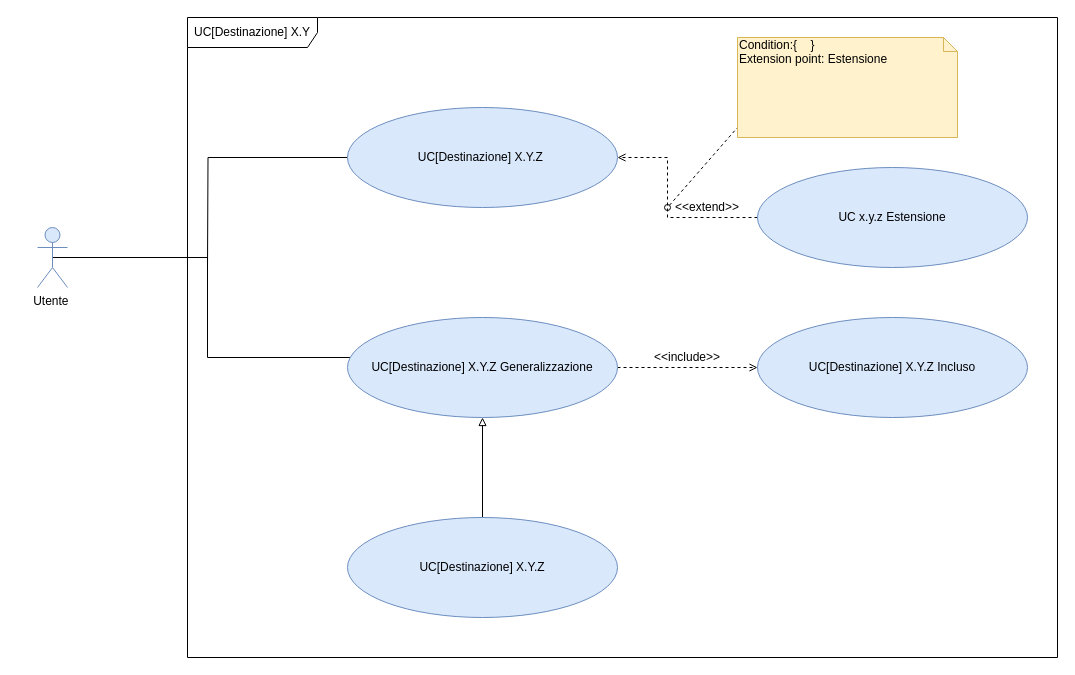
qb-team/Stalker-Documentazione keeps this draw.io diagram as DocumentazioneEsterna/GuidaLatexUC/TemplateSchemaUseCase.drawio. Above is the earlier version. Source tidied: cells renumbered, new cells numbered last; positions are measured from the earlier drawing's top-left corner, leaving out a move shared by most shapes. Both pictures are drawn from the tidied source at 100%, with x=0, y=0 at pixel (37, 17).
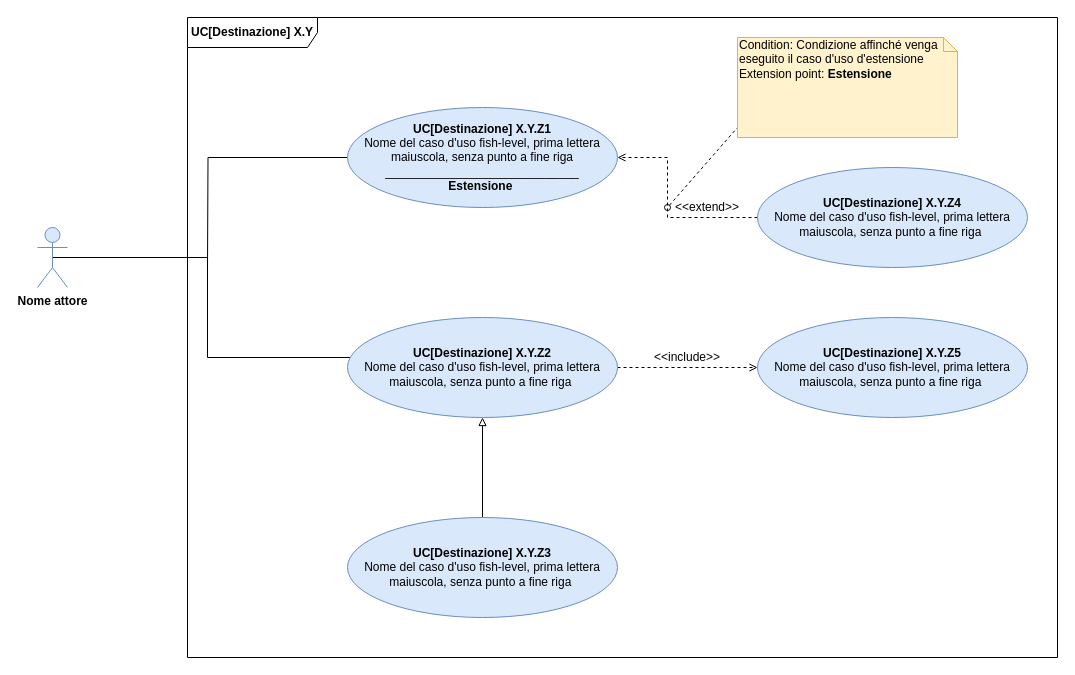
After the change.

Commit message (it also covers changes not shown here):
aggiornato template UC, testo e diagramma

What changed in the source:
```diff
@@
-    <mxCell id="2" value="UC[Destinazione] X.Y" style="shape=umlFrame;whiteSpace=wrap;html=1;width=130;height=30;" parent="1" vertex="1">
+    <mxCell id="2" value="&lt;b&gt;UC[Destinazione] X.Y&lt;/b&gt;" style="shape=umlFrame;whiteSpace=wrap;html=1;width=130;height=30;" parent="1" vertex="1">
       <mxGeometry x="150" width="870" height="640" as="geometry" />
     </mxCell>
@@
-    <mxCell id="4" value="Utente&amp;nbsp;" style="shape=umlActor;verticalLabelPosition=bottom;labelBackgroundColor=#ffffff;verticalAlign=top;html=1;fillColor=#dae8fc;strokeColor=#6c8ebf;" parent="1" vertex="1">
+    <mxCell id="4" value="&lt;b&gt;Nome attore&lt;/b&gt;" style="shape=umlActor;verticalLabelPosition=bottom;labelBackgroundColor=#ffffff;verticalAlign=top;html=1;fillColor=#dae8fc;strokeColor=#6c8ebf;" parent="1" vertex="1">
       <mxGeometry y="210" width="30" height="60" as="geometry" />
     </mxCell>
@@
-    <mxCell id="6" value="UC[Destinazione] X.Y.Z&amp;nbsp;" style="ellipse;whiteSpace=wrap;html=1;fillColor=#dae8fc;strokeColor=#6c8ebf;" parent="1" vertex="1">
+    <mxCell id="6" value="&lt;b&gt;UC[Destinazione] X.Y.Z1&lt;/b&gt;&lt;br&gt;&lt;span style=&quot;text-align: left ; white-space: nowrap&quot;&gt;Nome&amp;nbsp;del&amp;nbsp;caso&amp;nbsp;d'uso&amp;nbsp;fish-level,&amp;nbsp;prima&amp;nbsp;lettera&lt;br&gt;maiuscola,&amp;nbsp;senza&amp;nbsp;punto&amp;nbsp;a&amp;nbsp;fine&amp;nbsp;riga&lt;br&gt;&lt;/span&gt;_____________________________&lt;br&gt;&lt;b&gt;Estensione&lt;/b&gt;&amp;nbsp;" style="ellipse;whiteSpace=wrap;html=1;fillColor=#dae8fc;strokeColor=#6c8ebf;" parent="1" vertex="1">
       <mxGeometry x="310" y="90" width="270" height="100" as="geometry" />
     </mxCell>
@@
-    <mxCell id="8" value="UC[Destinazione] X.Y.Z Generalizzazione" style="ellipse;whiteSpace=wrap;html=1;fillColor=#dae8fc;strokeColor=#6c8ebf;" parent="1" vertex="1">
+    <mxCell id="8" value="&lt;b&gt;UC[Destinazione] X.Y.Z2&lt;/b&gt;&lt;br&gt;&lt;span style=&quot;text-align: left ; white-space: nowrap&quot;&gt;Nome&amp;nbsp;del&amp;nbsp;caso&amp;nbsp;d'uso&amp;nbsp;fish-level,&amp;nbsp;prima&amp;nbsp;lettera&lt;br&gt;maiuscola,&amp;nbsp;senza&amp;nbsp;punto&amp;nbsp;a&amp;nbsp;fine&amp;nbsp;riga&lt;/span&gt;&amp;nbsp;" style="ellipse;whiteSpace=wrap;html=1;fillColor=#dae8fc;strokeColor=#6c8ebf;" parent="1" vertex="1">
       <mxGeometry x="310" y="300" width="270" height="100" as="geometry" />
     </mxCell>
@@
-    <mxCell id="10" value="UC x.y.z Estensione" style="ellipse;whiteSpace=wrap;html=1;fillColor=#dae8fc;strokeColor=#6c8ebf;" parent="1" vertex="1">
+    <mxCell id="10" value="&lt;b&gt;UC[Destinazione] X.Y.Z4&lt;/b&gt;&lt;br&gt;&lt;span style=&quot;text-align: left ; white-space: nowrap&quot;&gt;Nome&amp;nbsp;del&amp;nbsp;caso&amp;nbsp;d'uso&amp;nbsp;fish-level,&amp;nbsp;prima&amp;nbsp;lettera&lt;br&gt;maiuscola,&amp;nbsp;senza&amp;nbsp;punto&amp;nbsp;a&amp;nbsp;fine&amp;nbsp;riga&lt;/span&gt;&amp;nbsp;" style="ellipse;whiteSpace=wrap;html=1;fillColor=#dae8fc;strokeColor=#6c8ebf;" parent="1" vertex="1">
       <mxGeometry x="720" y="150" width="270" height="100" as="geometry" />
     </mxCell>
@@
-    <mxCell id="12" value="UC[Destinazione] X.Y.Z Incluso" style="ellipse;whiteSpace=wrap;html=1;fillColor=#dae8fc;strokeColor=#6c8ebf;" parent="1" vertex="1">
+    <mxCell id="12" value="&lt;b&gt;UC[Destinazione] X.Y.Z5&lt;/b&gt;&lt;br&gt;&lt;span style=&quot;text-align: left ; white-space: nowrap&quot;&gt;Nome&amp;nbsp;del&amp;nbsp;caso&amp;nbsp;d'uso&amp;nbsp;fish-level,&amp;nbsp;prima&amp;nbsp;lettera&lt;br&gt;maiuscola,&amp;nbsp;senza&amp;nbsp;punto&amp;nbsp;a&amp;nbsp;fine&amp;nbsp;riga&lt;/span&gt;&amp;nbsp;" style="ellipse;whiteSpace=wrap;html=1;fillColor=#dae8fc;strokeColor=#6c8ebf;" parent="1" vertex="1">
       <mxGeometry x="720" y="300" width="270" height="100" as="geometry" />
     </mxCell>
@@
-    <mxCell id="15" value="Condition:{&amp;nbsp; &amp;nbsp; }&lt;br&gt;Extension point: Estensione" style="shape=note;whiteSpace=wrap;html=1;size=14;verticalAlign=top;align=left;spacingTop=-6;fillColor=#fff2cc;strokeColor=#d6b656;" parent="1" vertex="1">
+    <mxCell id="15" value="Condition: Condizione affinché venga eseguito il caso d'uso d'estensione&lt;br&gt;Extension point: &lt;b&gt;Estensione&lt;/b&gt;" style="shape=note;whiteSpace=wrap;html=1;size=14;verticalAlign=top;align=left;spacingTop=-6;fillColor=#fff2cc;strokeColor=#d6b656;" parent="1" vertex="1">
       <mxGeometry x="700" y="20" width="220" height="100" as="geometry" />
     </mxCell>
@@
-    <mxCell id="17" value="UC[Destinazione] X.Y.Z" style="ellipse;whiteSpace=wrap;html=1;fillColor=#dae8fc;strokeColor=#6c8ebf;" parent="1" vertex="1">
+    <mxCell id="17" value="&lt;b&gt;UC[Destinazione] X.Y.Z3&lt;/b&gt;&lt;br&gt;&lt;span style=&quot;text-align: left ; white-space: nowrap&quot;&gt;Nome&amp;nbsp;del&amp;nbsp;caso&amp;nbsp;d'uso&amp;nbsp;fish-level,&amp;nbsp;prima&amp;nbsp;lettera&lt;br&gt;maiuscola,&amp;nbsp;senza&amp;nbsp;punto&amp;nbsp;a&amp;nbsp;fine&amp;nbsp;riga&lt;/span&gt;&amp;nbsp;" style="ellipse;whiteSpace=wrap;html=1;fillColor=#dae8fc;strokeColor=#6c8ebf;" parent="1" vertex="1">
       <mxGeometry x="310" y="500" width="270" height="100" as="geometry" />
     </mxCell>
```
